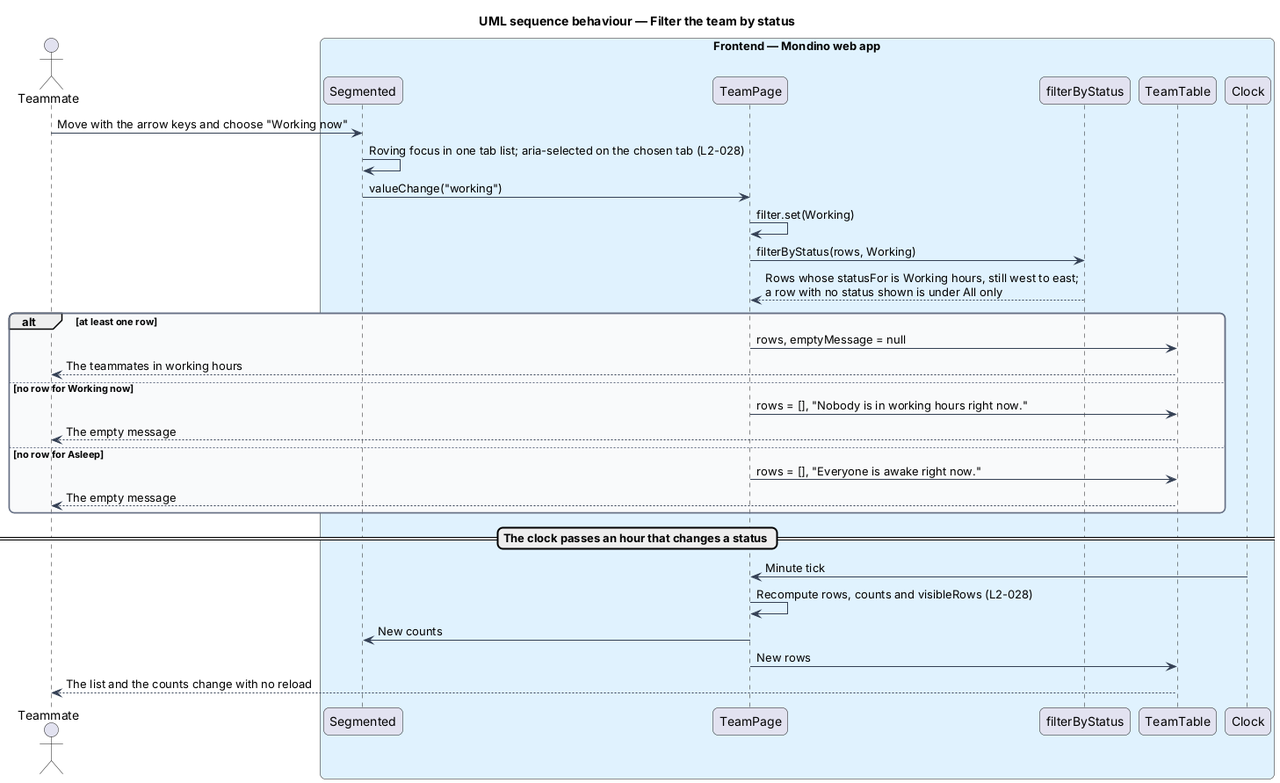
Before: docs/detailed-designs/team/view-team-through-the-day/diagrams/sequence-filter-by-status.png, a diagram exported from PlantUML (QuinntyneBrown/Mondino). Its source is kept beside it as docs/detailed-designs/team/view-team-through-the-day/diagrams/sequence-filter-by-status.puml. Its diagram source:
```plantuml
@startuml
title UML sequence behaviour — Filter the team by status
skinparam backgroundColor #FFFFFF
skinparam shadowing false
skinparam roundcorner 12
skinparam defaultFontName Arial
skinparam ArrowColor #344054
skinparam rectangle {
  BorderColor #344054
  FontColor #101828
}
skinparam package {
  BorderColor #667085
  FontColor #101828
  BackgroundColor #F9FAFB
}
actor "Teammate" as actor
box "Frontend — Mondino web app" #E0F2FE
  participant "Segmented" as chips
  participant "TeamPage" as page
  participant "filterByStatus" as fn
  participant "TeamTable" as table
  participant "Clock" as clock
end box
actor -> chips : Move with the arrow keys and choose "Working now"
chips -> chips : Roving focus in one tab list; aria-selected on the chosen tab (L2-028)
chips -> page : valueChange("working")
page -> page : filter.set(Working)
page -> fn : filterByStatus(rows, Working)
fn --> page : Rows whose statusFor is Working hours, still west to east;\na row with no status shown is under All only
alt at least one row
  page -> table : rows, emptyMessage = null
  table --> actor : The teammates in working hours
else no row for Working now
  page -> table : rows = [], "Nobody is in working hours right now."
  table --> actor : The empty message
else no row for Asleep
  page -> table : rows = [], "Everyone is awake right now."
  table --> actor : The empty message
end
== The clock passes an hour that changes a status ==
clock -> page : Minute tick
page -> page : Recompute rows, counts and visibleRows (L2-028)
page -> chips : New counts
page -> table : New rows
table --> actor : The list and the counts change with no reload
@enduml
```
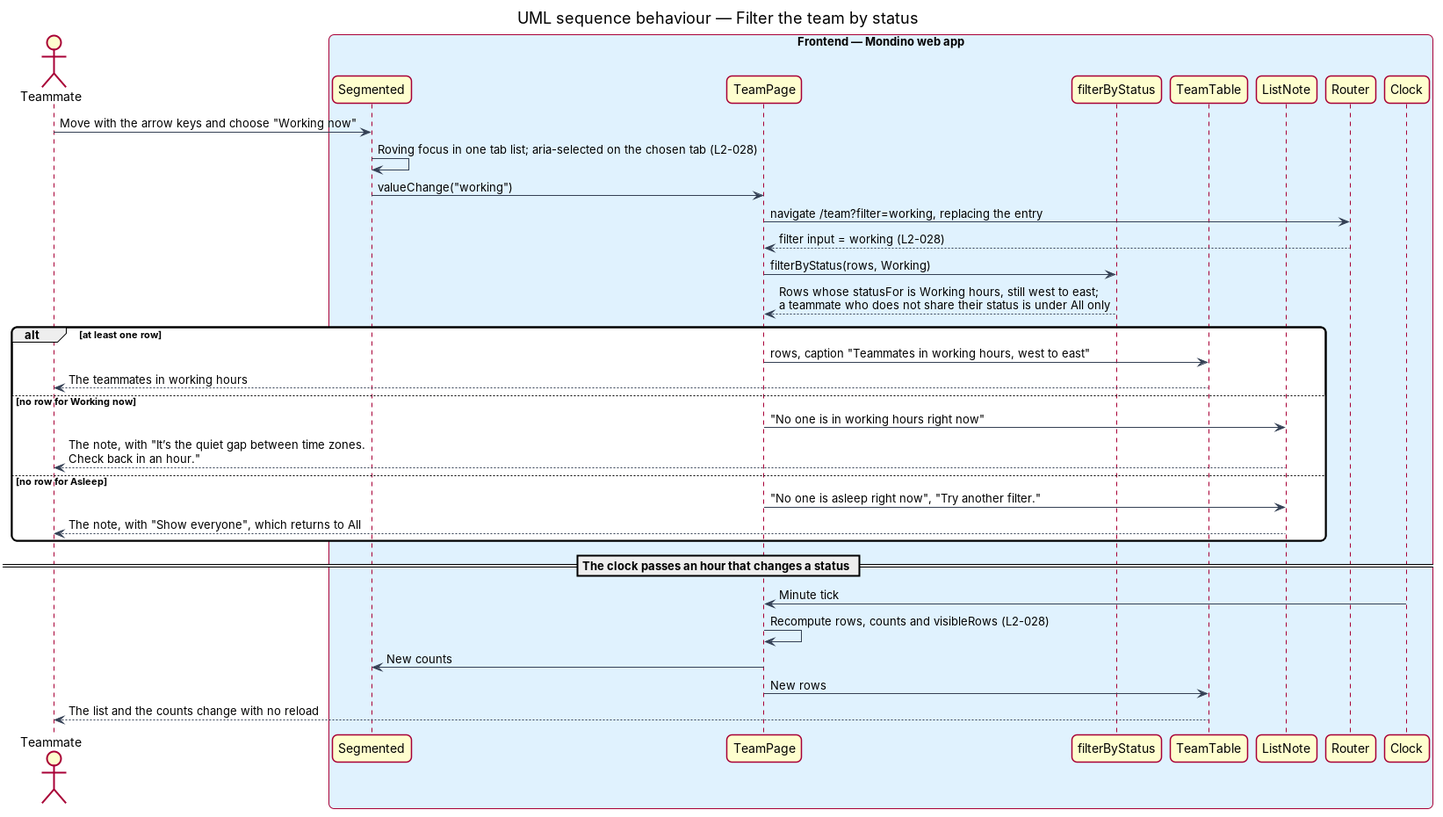
After the commit.

Diff of the diagram source:
```diff
@@ -20,23 +20,26 @@
   participant "TeamPage" as page
   participant "filterByStatus" as fn
   participant "TeamTable" as table
+  participant "ListNote" as note
+  participant "Router" as router
   participant "Clock" as clock
 end box
 actor -> chips : Move with the arrow keys and choose "Working now"
 chips -> chips : Roving focus in one tab list; aria-selected on the chosen tab (L2-028)
 chips -> page : valueChange("working")
-page -> page : filter.set(Working)
+page -> router : navigate /team?filter=working, replacing the entry
+router --> page : filter input = working (L2-028)
 page -> fn : filterByStatus(rows, Working)
-fn --> page : Rows whose statusFor is Working hours, still west to east;\na row with no status shown is under All only
+fn --> page : Rows whose statusFor is Working hours, still west to east;\na teammate who does not share their status is under All only
 alt at least one row
-  page -> table : rows, emptyMessage = null
+  page -> table : rows, caption "Teammates in working hours, west to east"
   table --> actor : The teammates in working hours
 else no row for Working now
-  page -> table : rows = [], "Nobody is in working hours right now."
-  table --> actor : The empty message
+  page -> note : "No one is in working hours right now"
+  note --> actor : The note, with "It’s the quiet gap between time zones.\nCheck back in an hour."
 else no row for Asleep
-  page -> table : rows = [], "Everyone is awake right now."
-  table --> actor : The empty message
+  page -> note : "No one is asleep right now", "Try another filter."
+  note --> actor : The note, with "Show everyone", which returns to All
 end
 == The clock passes an hour that changes a status ==
 clock -> page : Minute tick
```
